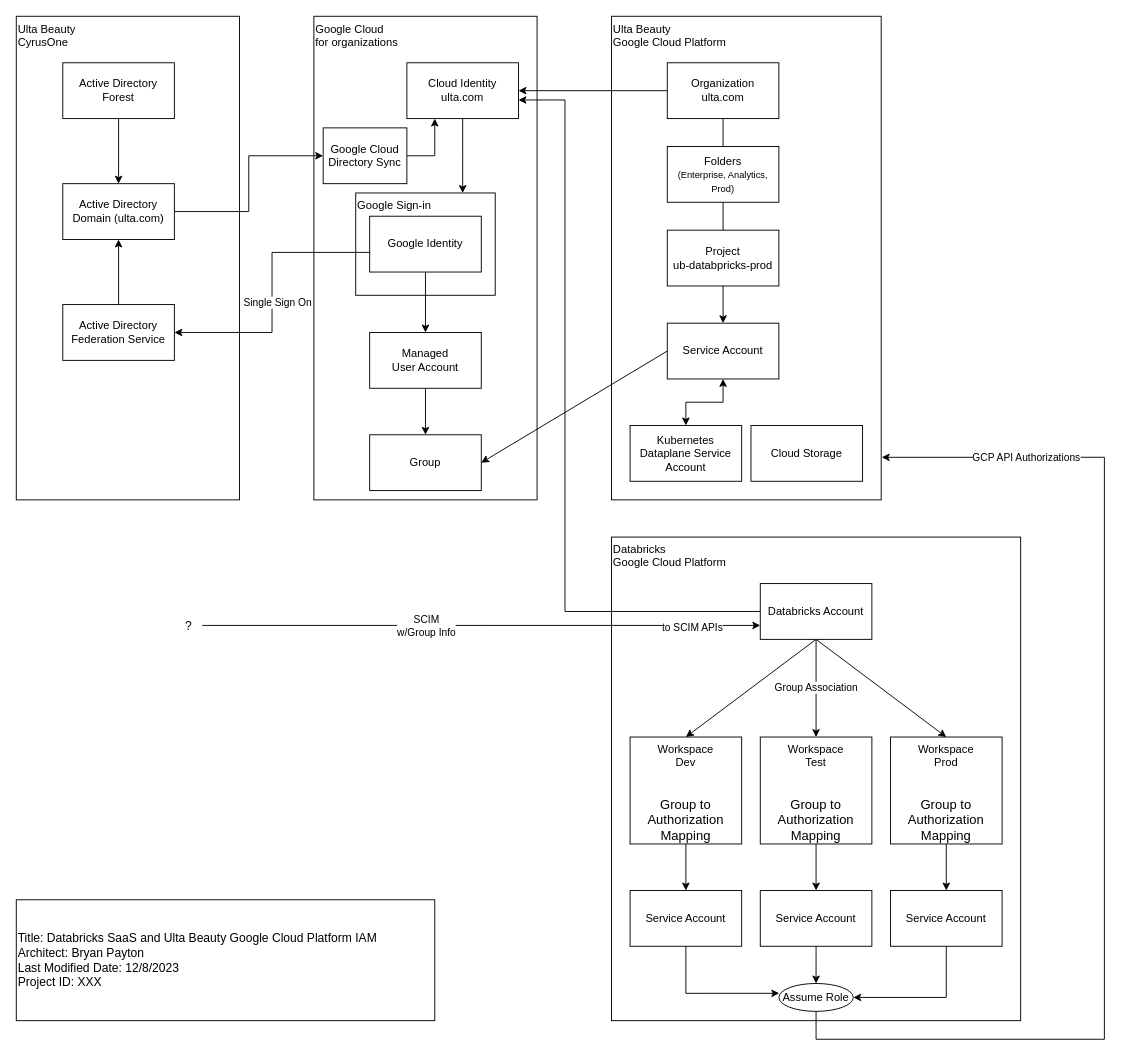
This is page "Identity and Access Management" (4 of 7) of images/databricks.drawio from bpayt2/temp, a draw.io file, before an edit. Source tidied: cells renumbered, new cells numbered last; positions are measured from the earlier drawing's top-left corner, leaving out a move shared by most shapes. Both pictures are drawn from the tidied source at 93%, with x=0, y=0 at pixel (16, 16).
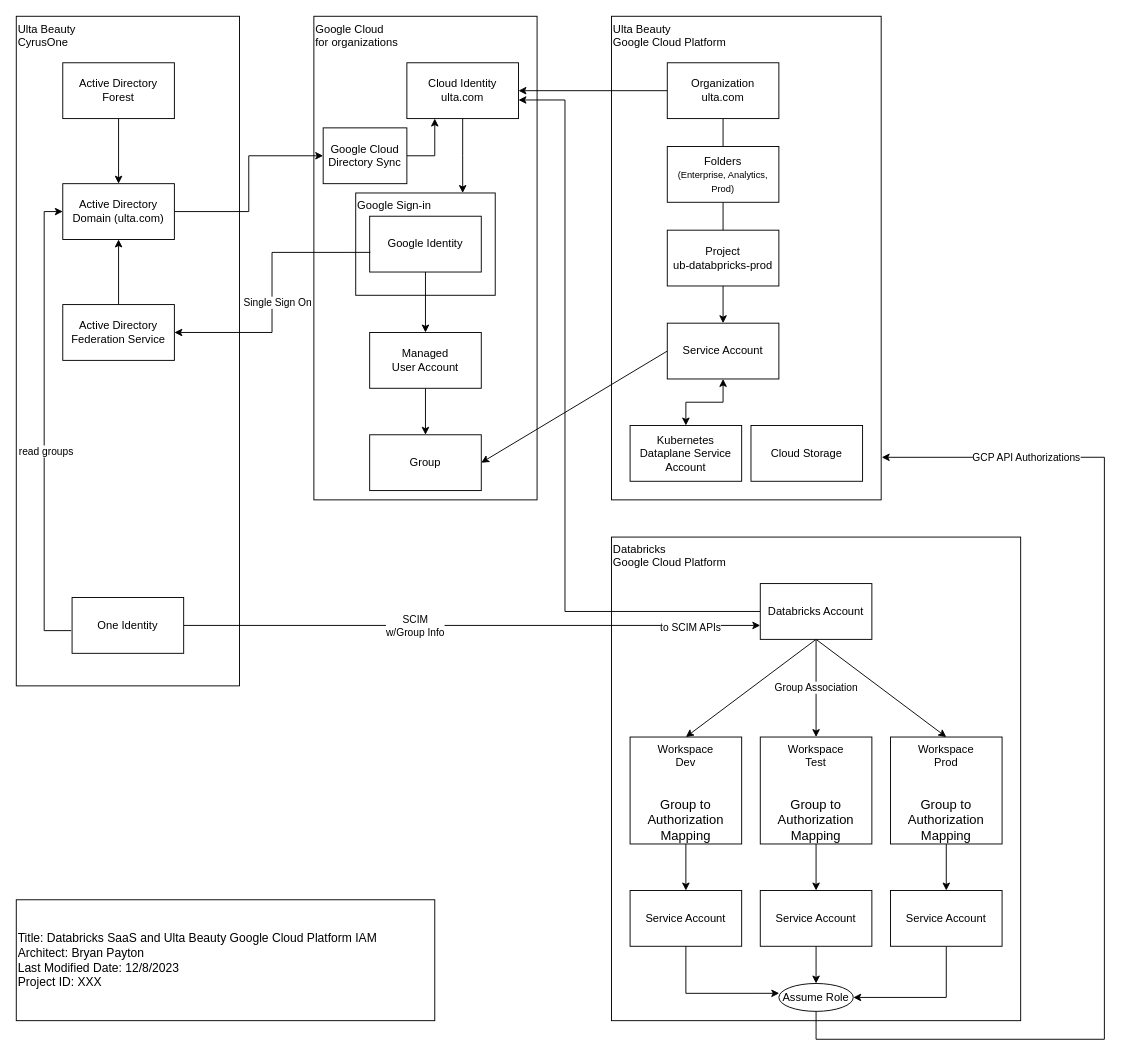
After the change.

Unchanged cells that the change refers to:
```xml
<mxCell id="28" value="Active Directory Domain (ulta.com)" style="rounded=0;whiteSpace=wrap;html=1;" parent="1" vertex="1">
  <mxGeometry x="50" y="180" width="120" height="60" as="geometry" />
</mxCell>
<mxCell id="46" value="Databricks Account" style="rounded=0;whiteSpace=wrap;html=1;" parent="1" vertex="1">
  <mxGeometry x="800" y="610" width="120" height="60" as="geometry" />
</mxCell>
```

Diff of the diagram source:
```diff
@@
     <mxCell id="3" value="Ulta Beauty&amp;nbsp;&lt;br&gt;CyrusOne" style="rounded=0;whiteSpace=wrap;html=1;verticalAlign=top;align=left;" parent="1" vertex="1">
-      <mxGeometry width="240" height="520" as="geometry" />
+      <mxGeometry width="240" height="720" as="geometry" />
     </mxCell>
@@
-    <mxCell id="43" style="edgeStyle=orthogonalEdgeStyle;rounded=0;jettySize=auto;html=1;endArrow=none;endFill=0;startArrow=classic;startFill=1;exitX=0;exitY=0.75;exitDx=0;exitDy=0;" parent="1" edge="1" source="46">
-      <mxGeometry relative="1" as="geometry">
-        <mxPoint x="200" y="655" as="targetPoint" />
-      </mxGeometry>
+    <mxCell id="43" style="edgeStyle=orthogonalEdgeStyle;rounded=0;jettySize=auto;html=1;endArrow=none;endFill=0;startArrow=classic;startFill=1;exitX=0;exitY=0.75;exitDx=0;exitDy=0;entryX=1;entryY=0.5;entryDx=0;entryDy=0;" parent="1" edge="1" source="46" target="66">
+      <mxGeometry relative="1" as="geometry" />
     </mxCell>
@@
-    <mxCell id="61" value="&lt;font style=&quot;font-size: 13px;&quot;&gt;?&lt;/font&gt;" style="text;html=1;align=center;verticalAlign=middle;strokeColor=none;fillColor=none;" parent="1" vertex="1">
-      <mxGeometry x="170" y="640" width="30" height="30" as="geometry" />
-    </mxCell>
@@
+    <mxCell id="64" style="edgeStyle=orthogonalEdgeStyle;rounded=0;jettySize=auto;html=1;exitX=-0.008;exitY=0.593;exitDx=0;exitDy=0;entryX=0;entryY=0.5;entryDx=0;entryDy=0;exitPerimeter=0;" parent="1" edge="1" source="66" target="28">
+      <mxGeometry relative="1" as="geometry" />
+    </mxCell>
+    <mxCell id="65" value="read groups" style="edgeLabel;html=1;align=center;verticalAlign=middle;" parent="64" vertex="1">
+      <mxGeometry x="-0.11" y="-1" relative="1" as="geometry" />
+    </mxCell>
+    <mxCell id="66" value="One Identity" style="rounded=0;whiteSpace=wrap;html=1;" parent="1" vertex="1">
+      <mxGeometry x="60" y="625" width="120" height="60" as="geometry" />
+    </mxCell>
```
